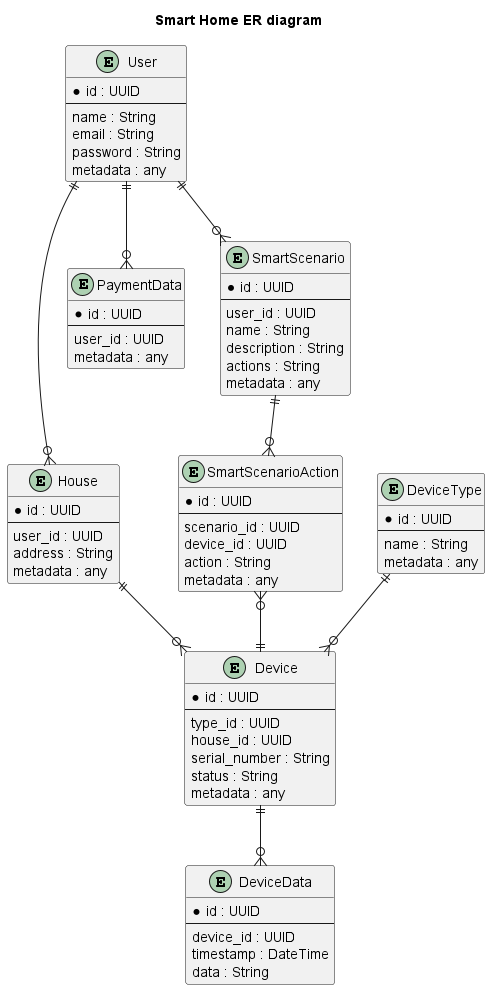
This is docs/images/smart-home-er.png from AlbertDavletov/architecture-sprint-3, a PlantUML export, as it was before one commit.
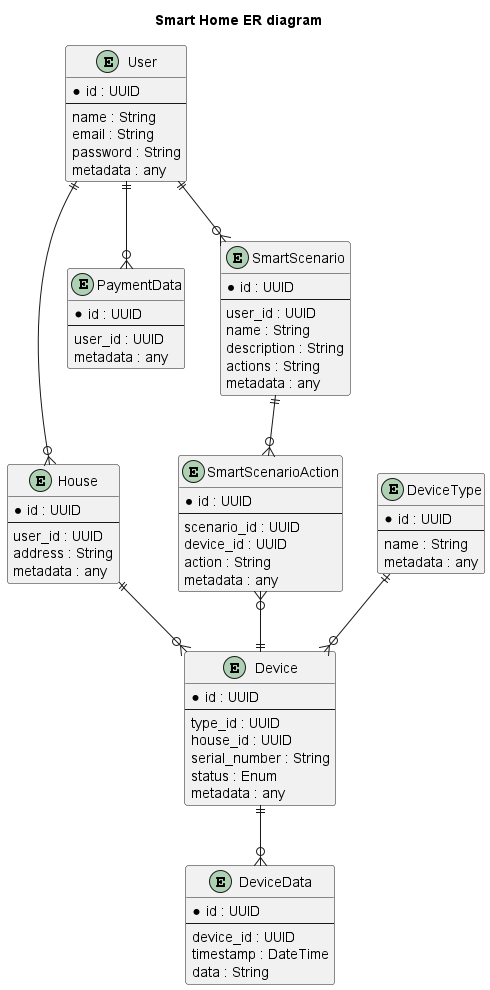
After the change.

Change to the diagram source:
```diff
@@ -22,7 +22,7 @@
     type_id : UUID
     house_id : UUID
     serial_number : String
-    status : String
+    status : Enum
     metadata : any
 }
 entity DeviceType {
```
